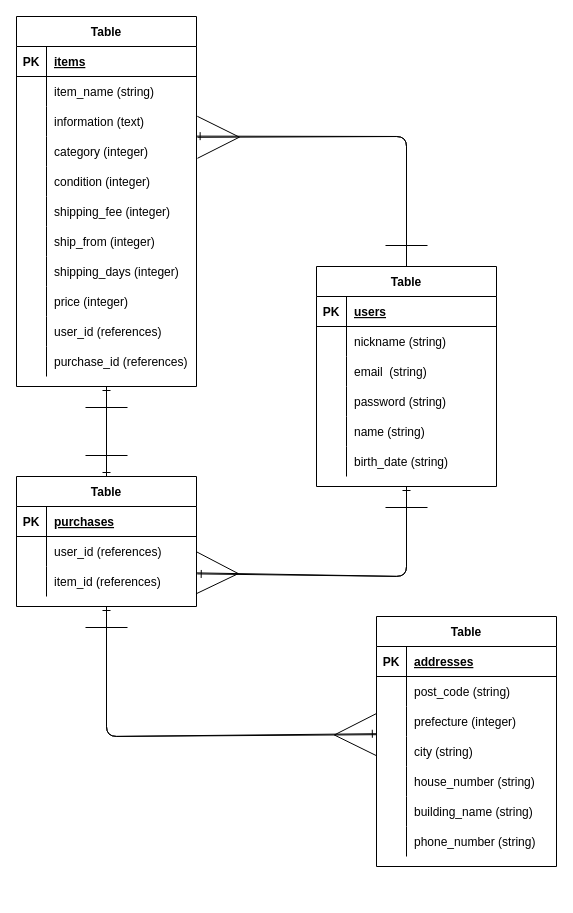
This is furima.dio from haise0807/furima-37138, a draw.io file, before an edit. Source tidied: cells renumbered, new cells numbered last; positions are measured from the earlier drawing's top-left corner, leaving out a move shared by most shapes. Both pictures are drawn from the tidied source at 100%, with x=0, y=0 at pixel (16, 16).
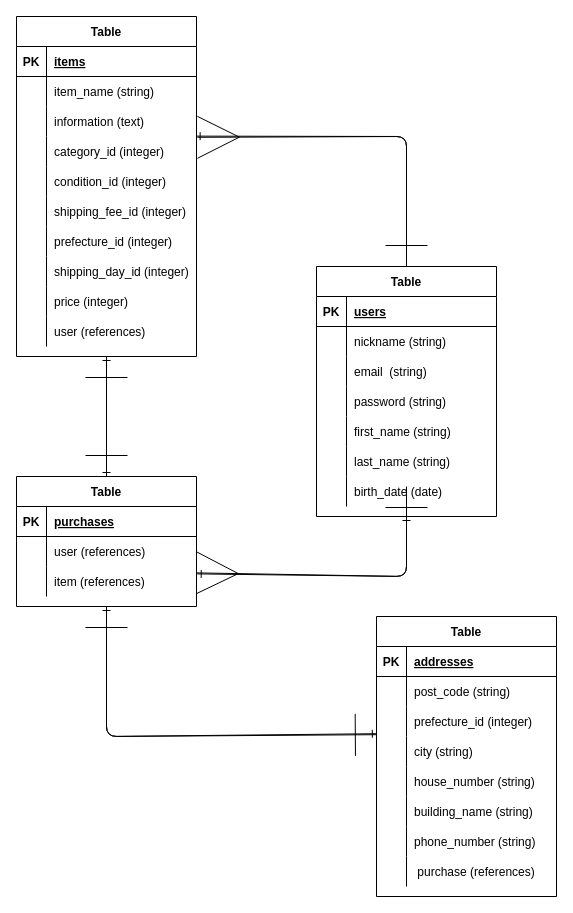
The same page after the edit.

Commit message (it also covers changes not shown here):
データベース設計の修正９箇所

Unchanged cells that the change refers to:
```xml
<mxCell id="13" style="shape=partialRectangle;fillColor=none;top=0;left=0;bottom=0;right=0;" parent="3" vertex="1">
  <mxGeometry y="120" width="180" height="30" as="geometry" />
</mxCell>
<mxCell id="16" style="shape=partialRectangle;fillColor=none;top=0;left=0;bottom=0;right=0;" parent="3" vertex="1">
  <mxGeometry y="150" width="180" height="30" as="geometry" />
</mxCell>
<mxCell id="19" style="shape=partialRectangle;fillColor=none;top=0;left=0;bottom=0;right=0;" parent="3" vertex="1">
  <mxGeometry y="180" width="180" height="30" as="geometry" />
</mxCell>
<mxCell id="22" style="shape=partialRectangle;fillColor=none;top=0;left=0;bottom=0;right=0;" parent="3" vertex="1">
  <mxGeometry y="210" width="180" height="30" as="geometry" />
</mxCell>
<mxCell id="25" style="shape=partialRectangle;fillColor=none;top=0;left=0;bottom=0;right=0;" parent="3" vertex="1">
  <mxGeometry y="240" width="180" height="30" as="geometry" />
</mxCell>
<mxCell id="31" style="shape=partialRectangle;fillColor=none;top=0;left=0;bottom=0;right=0;" parent="3" vertex="1">
  <mxGeometry y="300" width="180" height="30" as="geometry" />
</mxCell>
<mxCell id="52" style="shape=partialRectangle;fillColor=none;top=0;left=0;bottom=0;right=0;" parent="39" vertex="1">
  <mxGeometry y="150" width="180" height="30" as="geometry" />
</mxCell>
<mxCell id="55" style="shape=partialRectangle;fillColor=none;top=0;left=0;bottom=0;right=0;" parent="39" vertex="1">
  <mxGeometry y="180" width="180" height="30" as="geometry" />
</mxCell>
<mxCell id="59" value="Table" style="shape=table;startSize=30;childLayout=tableLayout;rowLines=0;fontStyle=1;align=center;" parent="1" vertex="1">
  <mxGeometry y="460" width="180" height="130" as="geometry" />
</mxCell>
<mxCell id="63" style="shape=partialRectangle;fillColor=none;top=0;left=0;bottom=0;right=0;" parent="59" vertex="1">
  <mxGeometry y="60" width="180" height="30" as="geometry" />
</mxCell>
<mxCell id="66" style="shape=partialRectangle;fillColor=none;top=0;left=0;bottom=0;right=0;points=[[0,0.5],[1,0.5]];portConstraint=eastwest;" parent="59" vertex="1">
  <mxGeometry y="90" width="180" height="30" as="geometry" />
</mxCell>
<mxCell id="76" style="shape=partialRectangle;fillColor=none;top=0;left=0;bottom=0;right=0;points=[[0,0.5],[1,0.5]];portConstraint=eastwest;" parent="69" vertex="1">
  <mxGeometry y="90" width="180" height="30" as="geometry" />
</mxCell>
```

Change to the diagram source:
```diff
@@
     <mxCell id="3" value="Table" style="shape=table;startSize=30;childLayout=tableLayout;rowLines=0;fontStyle=1;align=center;" parent="1" vertex="1">
-      <mxGeometry width="180" height="370" as="geometry" />
+      <mxGeometry width="180" height="340" as="geometry" />
     </mxCell>
@@
-    <mxCell id="15" value="category (integer)" style="shape=partialRectangle;fillColor=none;top=0;left=0;bottom=0;right=0;align=left;spacingLeft=6;overflow=hidden;" parent="13" vertex="1">
+    <mxCell id="15" value="category_id (integer)" style="shape=partialRectangle;fillColor=none;top=0;left=0;bottom=0;right=0;align=left;spacingLeft=6;overflow=hidden;" parent="13" vertex="1">
       <mxGeometry x="30" width="150" height="30" as="geometry" />
     </mxCell>
@@
-    <mxCell id="18" value="condition (integer)" style="shape=partialRectangle;fillColor=none;top=0;left=0;bottom=0;right=0;align=left;spacingLeft=6;overflow=hidden;" parent="16" vertex="1">
+    <mxCell id="18" value="condition_id (integer)" style="shape=partialRectangle;fillColor=none;top=0;left=0;bottom=0;right=0;align=left;spacingLeft=6;overflow=hidden;" parent="16" vertex="1">
       <mxGeometry x="30" width="150" height="30" as="geometry" />
     </mxCell>
@@
-    <mxCell id="21" value="shipping_fee (integer)" style="shape=partialRectangle;fillColor=none;top=0;left=0;bottom=0;right=0;align=left;spacingLeft=6;overflow=hidden;" parent="19" vertex="1">
+    <mxCell id="21" value="shipping_fee_id (integer)" style="shape=partialRectangle;fillColor=none;top=0;left=0;bottom=0;right=0;align=left;spacingLeft=6;overflow=hidden;" parent="19" vertex="1">
       <mxGeometry x="30" width="150" height="30" as="geometry" />
     </mxCell>
@@
-    <mxCell id="24" value="ship_from (integer)" style="shape=partialRectangle;fillColor=none;top=0;left=0;bottom=0;right=0;align=left;spacingLeft=6;overflow=hidden;" parent="22" vertex="1">
+    <mxCell id="24" value="prefecture_id (integer)" style="shape=partialRectangle;fillColor=none;top=0;left=0;bottom=0;right=0;align=left;spacingLeft=6;overflow=hidden;" parent="22" vertex="1">
       <mxGeometry x="30" width="150" height="30" as="geometry" />
     </mxCell>
@@
-    <mxCell id="27" value="shipping_days (integer)" style="shape=partialRectangle;fillColor=none;top=0;left=0;bottom=0;right=0;align=left;spacingLeft=6;overflow=hidden;" parent="25" vertex="1">
+    <mxCell id="27" value="shipping_day_id (integer)" style="shape=partialRectangle;fillColor=none;top=0;left=0;bottom=0;right=0;align=left;spacingLeft=6;overflow=hidden;" parent="25" vertex="1">
       <mxGeometry x="30" width="150" height="30" as="geometry" />
     </mxCell>
@@
-    <mxCell id="33" value="user_id (references)" style="shape=partialRectangle;fillColor=none;top=0;left=0;bottom=0;right=0;align=left;spacingLeft=6;overflow=hidden;" parent="31" vertex="1">
+    <mxCell id="33" value="user (references)" style="shape=partialRectangle;fillColor=none;top=0;left=0;bottom=0;right=0;align=left;spacingLeft=6;overflow=hidden;" parent="31" vertex="1">
       <mxGeometry x="30" width="150" height="30" as="geometry" />
     </mxCell>
-    <mxCell id="34" style="shape=partialRectangle;fillColor=none;top=0;left=0;bottom=0;right=0;" parent="3" vertex="1">
-      <mxGeometry y="330" width="180" height="30" as="geometry" />
-    </mxCell>
-    <mxCell id="35" style="shape=partialRectangle;fillColor=none;top=0;left=0;bottom=0;right=0;overflow=hidden;" parent="34" vertex="1">
-      <mxGeometry width="30" height="30" as="geometry" />
-    </mxCell>
-    <mxCell id="36" value="purchase_id (references)" style="shape=partialRectangle;fillColor=none;top=0;left=0;bottom=0;right=0;align=left;spacingLeft=6;overflow=hidden;" parent="34" vertex="1">
-      <mxGeometry x="30" width="150" height="30" as="geometry" />
-    </mxCell>
@@
     <mxCell id="39" value="Table" style="shape=table;startSize=30;childLayout=tableLayout;rowLines=0;fontStyle=1;align=center;" parent="1" vertex="1">
-      <mxGeometry x="300" y="250" width="180" height="220" as="geometry" />
+      <mxGeometry x="300" y="250" width="180" height="250" as="geometry" />
     </mxCell>
@@
-    <mxCell id="54" value="name (string)" style="shape=partialRectangle;fillColor=none;top=0;left=0;bottom=0;right=0;align=left;spacingLeft=6;overflow=hidden;" parent="52" vertex="1">
+    <mxCell id="54" value="first_name (string)" style="shape=partialRectangle;fillColor=none;top=0;left=0;bottom=0;right=0;align=left;spacingLeft=6;overflow=hidden;" parent="52" vertex="1">
       <mxGeometry x="30" width="150" height="30" as="geometry" />
     </mxCell>
@@
-    <mxCell id="57" value="birth_date (string)" style="shape=partialRectangle;fillColor=none;top=0;left=0;bottom=0;right=0;align=left;spacingLeft=6;overflow=hidden;" parent="55" vertex="1">
+    <mxCell id="57" value="last_name (string)" style="shape=partialRectangle;fillColor=none;top=0;left=0;bottom=0;right=0;align=left;spacingLeft=6;overflow=hidden;" parent="55" vertex="1">
       <mxGeometry x="30" width="150" height="30" as="geometry" />
     </mxCell>
+    <mxCell id="95" style="shape=partialRectangle;fillColor=none;top=0;left=0;bottom=0;right=0;" parent="39" vertex="1">
+      <mxGeometry y="210" width="180" height="30" as="geometry" />
+    </mxCell>
+    <mxCell id="96" style="shape=partialRectangle;fillColor=none;top=0;left=0;bottom=0;right=0;overflow=hidden;" parent="95" vertex="1">
+      <mxGeometry width="30" height="30" as="geometry" />
+    </mxCell>
+    <mxCell id="97" value="birth_date (date)" style="shape=partialRectangle;fillColor=none;top=0;left=0;bottom=0;right=0;align=left;spacingLeft=6;overflow=hidden;" parent="95" vertex="1">
+      <mxGeometry x="30" width="150" height="30" as="geometry" />
+    </mxCell>
@@
-    <mxCell id="65" value="user_id (references)" style="shape=partialRectangle;fillColor=none;top=0;left=0;bottom=0;right=0;align=left;spacingLeft=6;overflow=hidden;" parent="63" vertex="1">
+    <mxCell id="65" value="user (references)" style="shape=partialRectangle;fillColor=none;top=0;left=0;bottom=0;right=0;align=left;spacingLeft=6;overflow=hidden;" parent="63" vertex="1">
       <mxGeometry x="30" width="150" height="30" as="geometry" />
     </mxCell>
@@
-    <mxCell id="68" value="item_id (references)" style="shape=partialRectangle;fillColor=none;top=0;left=0;bottom=0;right=0;align=left;spacingLeft=6;overflow=hidden;" parent="66" vertex="1">
+    <mxCell id="68" value="item (references)" style="shape=partialRectangle;fillColor=none;top=0;left=0;bottom=0;right=0;align=left;spacingLeft=6;overflow=hidden;" parent="66" vertex="1">
       <mxGeometry x="30" width="150" height="30" as="geometry" />
     </mxCell>
     <mxCell id="69" value="Table" style="shape=table;startSize=30;childLayout=tableLayout;rowLines=0;fontStyle=1;align=center;" parent="1" vertex="1">
-      <mxGeometry x="360" y="600" width="180" height="250" as="geometry" />
+      <mxGeometry x="360" y="600" width="180" height="280" as="geometry" />
     </mxCell>
@@
-    <mxCell id="78" value="prefecture (integer)" style="shape=partialRectangle;fillColor=none;top=0;left=0;bottom=0;right=0;align=left;spacingLeft=6;overflow=hidden;" parent="76" vertex="1">
+    <mxCell id="78" value="prefecture_id (integer)" style="shape=partialRectangle;fillColor=none;top=0;left=0;bottom=0;right=0;align=left;spacingLeft=6;overflow=hidden;" parent="76" vertex="1">
       <mxGeometry x="30" width="150" height="30" as="geometry" />
     </mxCell>
@@
+    <mxCell id="98" style="shape=partialRectangle;fillColor=none;top=0;left=0;bottom=0;right=0;" parent="69" vertex="1">
+      <mxGeometry y="240" width="180" height="30" as="geometry" />
+    </mxCell>
+    <mxCell id="99" style="shape=partialRectangle;fillColor=none;top=0;left=0;bottom=0;right=0;overflow=hidden;" parent="98" vertex="1">
+      <mxGeometry width="30" height="30" as="geometry" />
+    </mxCell>
+    <mxCell id="100" value=" purchase (references)" style="shape=partialRectangle;fillColor=none;top=0;left=0;bottom=0;right=0;align=left;spacingLeft=6;overflow=hidden;" parent="98" vertex="1">
+      <mxGeometry x="30" width="150" height="30" as="geometry" />
+    </mxCell>
@@
-    <mxCell id="92" style="edgeStyle=none;html=1;exitX=0.5;exitY=1;exitDx=0;exitDy=0;startArrow=ERone;startFill=0;endArrow=ERmany;endFill=0;endSize=40;strokeWidth=1;entryX=-0.001;entryY=0.94;entryDx=0;entryDy=0;entryPerimeter=0;" parent="1" edge="1" source="59" target="76">
+    <mxCell id="92" style="edgeStyle=none;html=1;exitX=0.5;exitY=1;exitDx=0;exitDy=0;startArrow=ERone;startFill=0;endArrow=ERone;endFill=0;endSize=40;strokeWidth=1;entryX=-0.001;entryY=0.94;entryDx=0;entryDy=0;entryPerimeter=0;" parent="1" edge="1" source="59" target="76">
       <mxGeometry relative="1" as="geometry">
         <Array as="points">
           <mxPoint x="90" y="720" />
         </Array>
       </mxGeometry>
     </mxCell>
```
